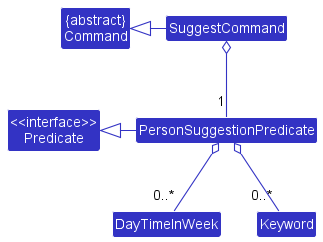
Before: docs/images/SuggestFriendClassDiagram.png, a diagram exported from PlantUML (nus-cs2103-AY2223S1/tp). Its diagram source:
```plantuml
@startuml
!include style.puml
skinparam arrowThickness 1.1
skinparam arrowColor LOGIC_COLOR
skinparam classBackgroundColor LOGIC_COLOR

class "<<interface>>\nPredicate" as Predicate
class "{abstract}\nCommand" as Command
class SuggestCommand
class PersonSuggestionPredicate
class DayTimeInWeek
class Keyword

Predicate <|- PersonSuggestionPredicate
Command <|- SuggestCommand
SuggestCommand o-- "1" PersonSuggestionPredicate
PersonSuggestionPredicate o-- "0..*" DayTimeInWeek
PersonSuggestionPredicate o-- "0..*" Keyword

class Command {
    CommandResult execute(Model model)
}

class Predicate {
    boolean test()
}

class SuggestCommand {
    CommandResult execute(Model model)
}

class PersonSuggestionPredicate {
    boolean test(Person person)
}

@enduml
```
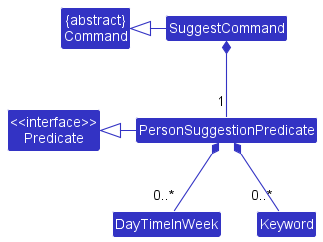
The same file after the commit.

Commit message:
Change suggest class diagram from aggregation to composition

Diff of the diagram source:
```diff
@@ -13,9 +13,9 @@
 
 Predicate <|- PersonSuggestionPredicate
 Command <|- SuggestCommand
-SuggestCommand o-- "1" PersonSuggestionPredicate
-PersonSuggestionPredicate o-- "0..*" DayTimeInWeek
-PersonSuggestionPredicate o-- "0..*" Keyword
+SuggestCommand *-- "1" PersonSuggestionPredicate
+PersonSuggestionPredicate *-- "0..*" DayTimeInWeek
+PersonSuggestionPredicate *-- "0..*" Keyword
 
 class Command {
     CommandResult execute(Model model)
```
